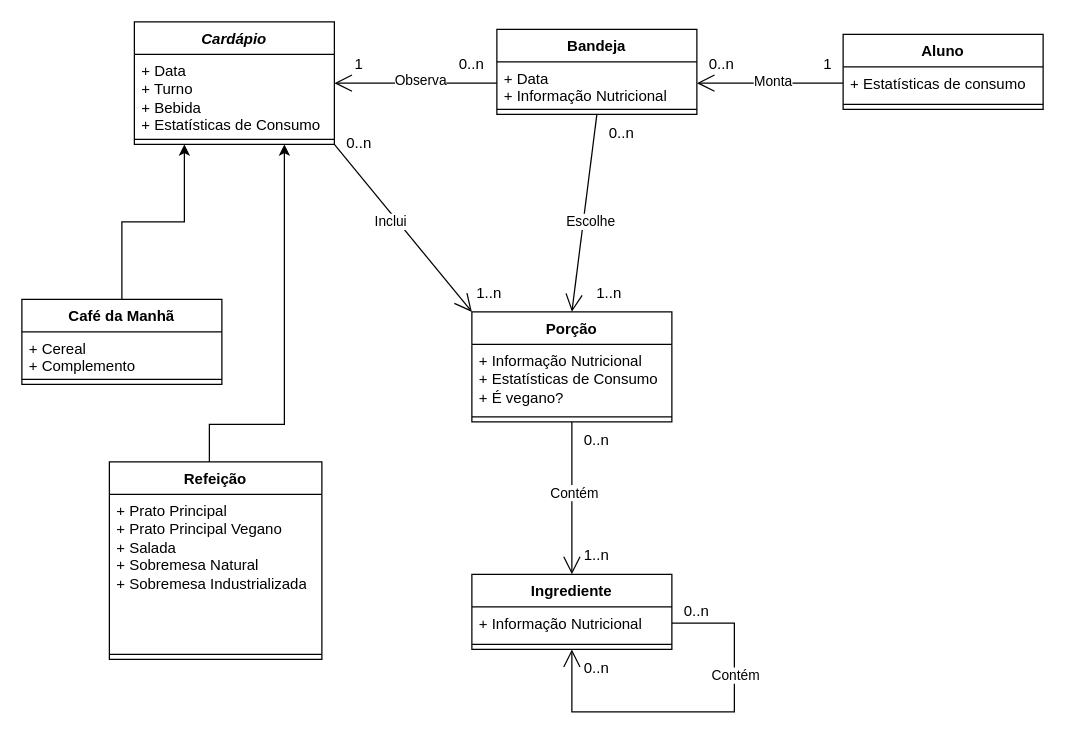
uniaovasko/vasco keeps this draw.io diagram as lab02/extra/lab02_UML.drawio. Above is the earlier version. Source tidied: cells renumbered, new cells numbered last; positions are measured from the earlier drawing's top-left corner, leaving out a move shared by most shapes. Both pictures are drawn from the tidied source at 125%, with x=0, y=0 at pixel (21, 21).
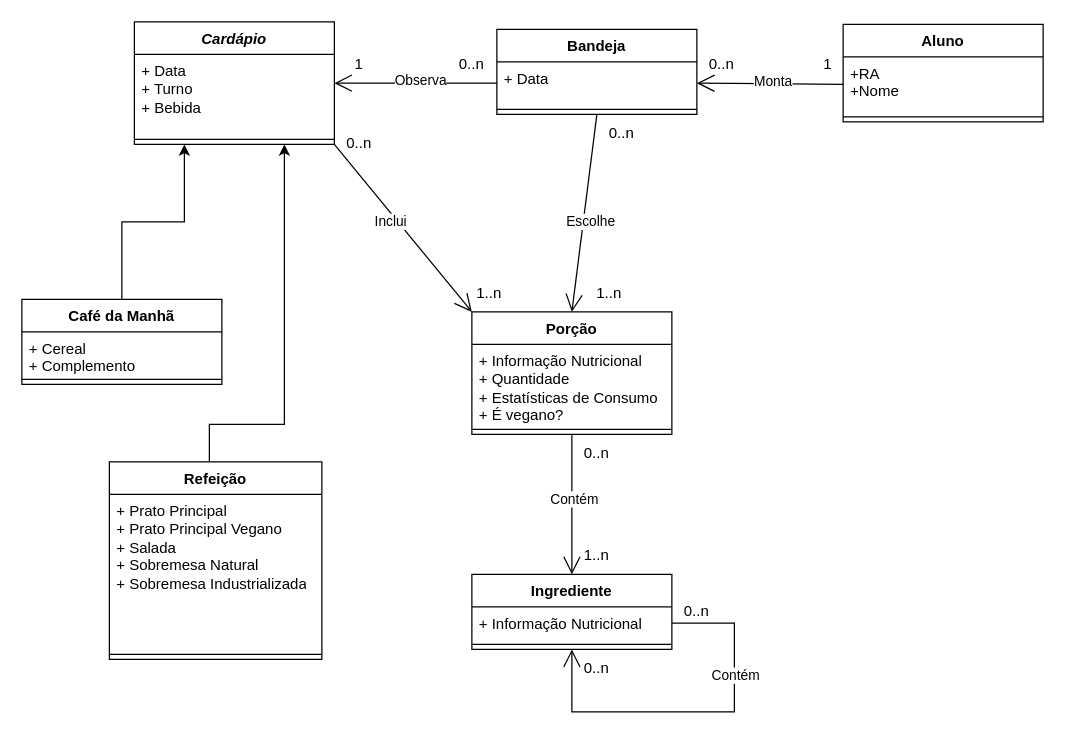
The same page after the edit.

Unchanged cells that the change refers to:
```xml
<mxCell id="18" value="Bandeja" style="swimlane;fontStyle=1;align=center;verticalAlign=top;horizontal=1;startSize=26;whiteSpace=wrap;html=1;" parent="1" vertex="1">
  <mxGeometry x="380" y="6" width="160" height="68" as="geometry" />
</mxCell>
<mxCell id="24" value="&lt;i&gt;Cardápio&lt;/i&gt;" style="swimlane;fontStyle=1;align=center;verticalAlign=top;horizontal=1;startSize=26;whiteSpace=wrap;html=1;" parent="1" vertex="1">
  <mxGeometry x="90" width="160" height="98" as="geometry" />
</mxCell>
```

The edit, as a diff of the source:
```diff
@@
-    <mxCell id="19" value="&lt;div&gt;+ Data&lt;/div&gt;&lt;div&gt;+ Informação Nutricional&lt;br&gt;&lt;/div&gt;" style="text;strokeColor=none;fillColor=none;align=left;verticalAlign=top;spacingLeft=4;spacingRight=4;overflow=hidden;points=[[0,0.5],[1,0.5]];portConstraint=eastwest;whiteSpace=wrap;html=1;" parent="18" vertex="1">
+    <mxCell id="19" value="&lt;div&gt;+ Data&lt;/div&gt;" style="text;strokeColor=none;fillColor=none;align=left;verticalAlign=top;spacingLeft=4;spacingRight=4;overflow=hidden;points=[[0,0.5],[1,0.5]];portConstraint=eastwest;whiteSpace=wrap;html=1;" parent="18" vertex="1">
       <mxGeometry y="26" width="160" height="34" as="geometry" />
     </mxCell>
@@
     <mxCell id="21" value="Aluno" style="swimlane;fontStyle=1;align=center;verticalAlign=top;horizontal=1;startSize=26;whiteSpace=wrap;html=1;" parent="1" vertex="1">
-      <mxGeometry x="657" y="10" width="160" height="60" as="geometry" />
+      <mxGeometry x="657" y="2" width="160" height="78" as="geometry" />
     </mxCell>
-    <mxCell id="22" value="+ Estatísticas de consumo" style="text;strokeColor=none;fillColor=none;align=left;verticalAlign=top;spacingLeft=4;spacingRight=4;overflow=hidden;points=[[0,0.5],[1,0.5]];portConstraint=eastwest;whiteSpace=wrap;html=1;" parent="21" vertex="1">
-      <mxGeometry y="26" width="160" height="26" as="geometry" />
+    <mxCell id="22" value="&lt;div&gt;+RA&lt;/div&gt;&lt;div&gt;+Nome&lt;br&gt;&lt;/div&gt;" style="text;strokeColor=none;fillColor=none;align=left;verticalAlign=top;spacingLeft=4;spacingRight=4;overflow=hidden;points=[[0,0.5],[1,0.5]];portConstraint=eastwest;whiteSpace=wrap;html=1;" parent="21" vertex="1">
+      <mxGeometry y="26" width="160" height="44" as="geometry" />
     </mxCell>
     <mxCell id="23" style="line;strokeWidth=1;fillColor=none;align=left;verticalAlign=middle;spacingTop=-1;spacingLeft=3;spacingRight=3;labelPosition=right;strokeColor=inherit;" parent="21" vertex="1">
-      <mxGeometry y="52" width="160" height="8" as="geometry" />
+      <mxGeometry y="70" width="160" height="8" as="geometry" />
     </mxCell>
@@
-    <mxCell id="25" value="&lt;div&gt;+ Data&lt;/div&gt;&lt;div&gt;+ Turno&lt;/div&gt;&lt;div&gt;+ Bebida&lt;br&gt;&lt;/div&gt;&lt;div&gt;+ Estatísticas de Consumo&lt;br&gt;&lt;/div&gt;" style="text;strokeColor=none;fillColor=none;align=left;verticalAlign=top;spacingLeft=4;spacingRight=4;overflow=hidden;whiteSpace=wrap;html=1;" parent="24" vertex="1">
+    <mxCell id="25" value="&lt;div&gt;+ Data&lt;/div&gt;&lt;div&gt;+ Turno&lt;/div&gt;&lt;div&gt;+ Bebida&lt;br&gt;&lt;/div&gt;&lt;div&gt;&lt;br&gt;&lt;/div&gt;" style="text;strokeColor=none;fillColor=none;align=left;verticalAlign=top;spacingLeft=4;spacingRight=4;overflow=hidden;whiteSpace=wrap;html=1;" parent="24" vertex="1">
       <mxGeometry y="26" width="160" height="64" as="geometry" />
     </mxCell>
@@
     <mxCell id="27" value="Porção" style="swimlane;fontStyle=1;align=center;verticalAlign=top;horizontal=1;startSize=26;whiteSpace=wrap;html=1;" parent="1" vertex="1">
-      <mxGeometry x="360" y="232" width="160" height="88" as="geometry" />
+      <mxGeometry x="360" y="232" width="160" height="98" as="geometry" />
     </mxCell>
-    <mxCell id="28" value="&lt;div&gt;+ Informação Nutricional&lt;/div&gt;&lt;div&gt;+ Estatísticas de Consumo&lt;/div&gt;&lt;div&gt;+ É vegano?&lt;br&gt;&lt;/div&gt;" style="text;strokeColor=none;fillColor=none;align=left;verticalAlign=top;spacingLeft=4;spacingRight=4;overflow=hidden;whiteSpace=wrap;html=1;" parent="27" vertex="1">
-      <mxGeometry y="26" width="160" height="54" as="geometry" />
+    <mxCell id="28" value="&lt;div&gt;+ Informação Nutricional&lt;/div&gt;&lt;div&gt;+ Quantidade&lt;br&gt;&lt;/div&gt;&lt;div&gt;+ Estatísticas de Consumo&lt;/div&gt;&lt;div&gt;+ É vegano?&lt;br&gt;&lt;/div&gt;" style="text;strokeColor=none;fillColor=none;align=left;verticalAlign=top;spacingLeft=4;spacingRight=4;overflow=hidden;whiteSpace=wrap;html=1;" parent="27" vertex="1">
+      <mxGeometry y="26" width="160" height="64" as="geometry" />
     </mxCell>
     <mxCell id="29" style="line;strokeWidth=1;fillColor=none;align=left;verticalAlign=middle;spacingTop=-1;spacingLeft=3;spacingRight=3;labelPosition=right;strokeColor=inherit;" parent="27" vertex="1">
-      <mxGeometry y="80" width="160" height="8" as="geometry" />
+      <mxGeometry y="90" width="160" height="8" as="geometry" />
     </mxCell>
@@
     <mxCell id="45" value="0..n" style="text;html=1;strokeColor=none;fillColor=none;align=center;verticalAlign=middle;whiteSpace=wrap;rounded=0;" parent="1" vertex="1">
-      <mxGeometry x="430" y="320" width="60" height="30" as="geometry" />
+      <mxGeometry x="430" y="330" width="60" height="30" as="geometry" />
     </mxCell>
```
